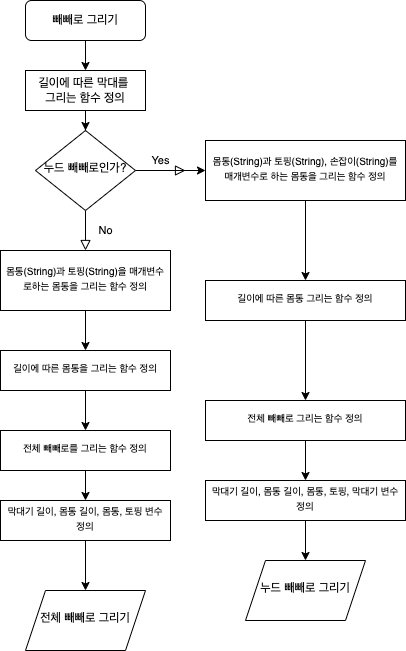
yagom-academy/swift-starter-Round1 keeps this draw.io diagram as week1_step3_makingpepero.png. Above is the earlier version. Source tidied: cells renumbered, new cells last; positions are measured from the earlier drawing's top-left corner, leaving out a move shared by most shapes. Source of this version:
```xml
<mxGraphModel>
  <root>
    <mxCell id="0" />
    <mxCell id="1" parent="0" />
    <mxCell id="2" style="edgeStyle=orthogonalEdgeStyle;rounded=0;jettySize=auto;html=1;" parent="1" edge="1" source="3" target="13">
      <mxGeometry relative="1" as="geometry" />
    </mxCell>
    <mxCell id="3" value="빼빼로 그리기" style="rounded=1;whiteSpace=wrap;html=1;fontSize=12;glass=0;strokeWidth=1;shadow=0;" parent="1" vertex="1">
      <mxGeometry x="25" width="120" height="40" as="geometry" />
    </mxCell>
    <mxCell id="4" value="No" style="rounded=0;html=1;jettySize=auto;fontSize=11;endArrow=block;endFill=0;endSize=8;strokeWidth=1;shadow=0;labelBackgroundColor=none;edgeStyle=orthogonalEdgeStyle;" parent="1" edge="1" source="7">
      <mxGeometry y="20" relative="1" as="geometry">
        <mxPoint x="85" y="250" as="targetPoint" />
      </mxGeometry>
    </mxCell>
    <mxCell id="5" value="Yes" style="edgeStyle=orthogonalEdgeStyle;rounded=0;html=1;jettySize=auto;fontSize=11;endArrow=block;endFill=0;endSize=8;strokeWidth=1;shadow=0;labelBackgroundColor=none;" parent="1" edge="1" source="7">
      <mxGeometry y="10" relative="1" as="geometry">
        <mxPoint x="185" y="170" as="targetPoint" />
      </mxGeometry>
    </mxCell>
    <mxCell id="6" style="edgeStyle=orthogonalEdgeStyle;rounded=0;jettySize=auto;html=1;" parent="1" edge="1" source="7" target="9">
      <mxGeometry relative="1" as="geometry" />
    </mxCell>
    <mxCell id="7" value="누드 빼빼로인가?" style="rhombus;whiteSpace=wrap;html=1;shadow=0;fontFamily=Helvetica;fontSize=12;align=center;strokeWidth=1;spacing=6;spacingTop=-4;" parent="1" vertex="1">
      <mxGeometry x="35" y="130" width="100" height="80" as="geometry" />
    </mxCell>
    <mxCell id="8" style="edgeStyle=orthogonalEdgeStyle;rounded=0;jettySize=auto;html=1;fontSize=9;" parent="1" edge="1" source="9" target="22">
      <mxGeometry relative="1" as="geometry" />
    </mxCell>
    <mxCell id="9" value="&lt;font style=&quot;font-size: 9px&quot;&gt;몸통(String)과 토핑(String), 손잡이(String)를 매개변수로 하는 몸통을 그리는 함수 정의&lt;/font&gt;" style="whiteSpace=wrap;html=1;shadow=0;strokeWidth=1;spacing=6;spacingTop=-4;" parent="1" vertex="1">
      <mxGeometry x="205" y="140" width="200" height="60" as="geometry" />
    </mxCell>
    <mxCell id="10" style="edgeStyle=orthogonalEdgeStyle;rounded=0;jettySize=auto;html=1;fontSize=10;" parent="1" edge="1" source="11" target="15">
      <mxGeometry relative="1" as="geometry" />
    </mxCell>
    <mxCell id="11" value="&lt;font style=&quot;font-size: 10px&quot;&gt;몸통(String)과 토핑(String)을 매개변수로하는 몸통을 그리는 함수 정의&lt;/font&gt;" style="whiteSpace=wrap;html=1;shadow=0;strokeWidth=1;spacing=6;spacingTop=-4;" parent="1" vertex="1">
      <mxGeometry y="250" width="170" height="60" as="geometry" />
    </mxCell>
    <mxCell id="12" style="edgeStyle=orthogonalEdgeStyle;rounded=0;jettySize=auto;html=1;" parent="1" edge="1" source="13" target="7">
      <mxGeometry relative="1" as="geometry" />
    </mxCell>
    <mxCell id="13" value="길이에 따른 막대를 &lt;br&gt;그리는 함수 정의" style="rounded=0;whiteSpace=wrap;html=1;" parent="1" vertex="1">
      <mxGeometry x="25" y="70" width="120" height="40" as="geometry" />
    </mxCell>
    <mxCell id="14" style="edgeStyle=orthogonalEdgeStyle;rounded=0;jettySize=auto;html=1;fontSize=10;" parent="1" edge="1" source="15" target="17">
      <mxGeometry relative="1" as="geometry" />
    </mxCell>
    <mxCell id="15" value="&lt;font style=&quot;font-size: 10px&quot;&gt;길이에 따른 몸통을 그리는 함수 정의&lt;/font&gt;" style="whiteSpace=wrap;html=1;shadow=0;strokeWidth=1;spacing=6;spacingTop=-4;" parent="1" vertex="1">
      <mxGeometry y="350" width="170" height="40" as="geometry" />
    </mxCell>
    <mxCell id="16" style="edgeStyle=orthogonalEdgeStyle;rounded=0;jettySize=auto;html=1;fontSize=10;" parent="1" edge="1" source="17" target="19">
      <mxGeometry relative="1" as="geometry" />
    </mxCell>
    <mxCell id="17" value="&lt;font style=&quot;font-size: 10px&quot;&gt;전체 빼빼로를 그리는 함수 정의&lt;/font&gt;" style="whiteSpace=wrap;html=1;shadow=0;strokeWidth=1;spacing=6;spacingTop=-4;" parent="1" vertex="1">
      <mxGeometry y="430" width="170" height="40" as="geometry" />
    </mxCell>
    <mxCell id="18" style="edgeStyle=orthogonalEdgeStyle;rounded=0;jettySize=auto;html=1;fontSize=10;" parent="1" edge="1" source="19" target="20">
      <mxGeometry relative="1" as="geometry" />
    </mxCell>
    <mxCell id="19" value="&lt;font style=&quot;font-size: 10px&quot;&gt;막대기 길이, 몸통 길이, 몸통, 토핑 변수 정의&lt;/font&gt;" style="whiteSpace=wrap;html=1;shadow=0;strokeWidth=1;spacing=6;spacingTop=-4;" parent="1" vertex="1">
      <mxGeometry y="500" width="170" height="40" as="geometry" />
    </mxCell>
    <mxCell id="20" value="전체 빼빼로 그리기" style="shape=parallelogram;perimeter=parallelogramPerimeter;whiteSpace=wrap;html=1;fixedSize=1;shadow=0;strokeWidth=1;spacing=6;spacingTop=-4;" parent="1" vertex="1">
      <mxGeometry x="25" y="590" width="120" height="60" as="geometry" />
    </mxCell>
    <mxCell id="21" style="edgeStyle=orthogonalEdgeStyle;rounded=0;jettySize=auto;html=1;fontSize=9;" parent="1" edge="1" source="22" target="24">
      <mxGeometry relative="1" as="geometry" />
    </mxCell>
    <mxCell id="22" value="&lt;font style=&quot;font-size: 9px&quot;&gt;길이에 따른 몸통 그리는 함수 정의&lt;/font&gt;" style="whiteSpace=wrap;html=1;shadow=0;strokeWidth=1;spacing=6;spacingTop=-4;" parent="1" vertex="1">
      <mxGeometry x="205" y="280" width="200" height="40" as="geometry" />
    </mxCell>
    <mxCell id="23" style="edgeStyle=orthogonalEdgeStyle;rounded=0;jettySize=auto;html=1;fontSize=9;" parent="1" edge="1" source="24" target="26">
      <mxGeometry relative="1" as="geometry" />
    </mxCell>
    <mxCell id="24" value="&lt;font style=&quot;font-size: 9px&quot;&gt;전체 빼빼로 그리는 함수 정의&lt;/font&gt;" style="whiteSpace=wrap;html=1;shadow=0;strokeWidth=1;spacing=6;spacingTop=-4;" parent="1" vertex="1">
      <mxGeometry x="205" y="400" width="200" height="40" as="geometry" />
    </mxCell>
    <mxCell id="25" style="edgeStyle=orthogonalEdgeStyle;rounded=0;jettySize=auto;html=1;fontSize=9;" parent="1" edge="1" source="26" target="27">
      <mxGeometry relative="1" as="geometry" />
    </mxCell>
    <mxCell id="26" value="&lt;font size=&quot;1&quot;&gt;막대기 길이, 몸통 길이, 몸통, 토핑, 막대기 변수 정의&lt;/font&gt;" style="whiteSpace=wrap;html=1;shadow=0;strokeWidth=1;spacing=6;spacingTop=-4;" parent="1" vertex="1">
      <mxGeometry x="205" y="480" width="200" height="40" as="geometry" />
    </mxCell>
    <mxCell id="27" value="누드 빼빼로 그리기" style="shape=parallelogram;perimeter=parallelogramPerimeter;whiteSpace=wrap;html=1;fixedSize=1;shadow=0;strokeWidth=1;spacing=6;spacingTop=-4;" parent="1" vertex="1">
      <mxGeometry x="245" y="560" width="120" height="60" as="geometry" />
    </mxCell>
  </root>
</mxGraphModel>
```
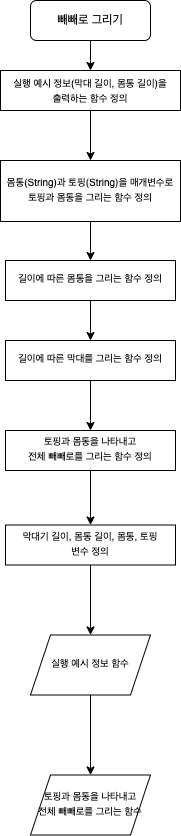
The same diagram one commit later.

Commit message:
feat : Step 3 함수와 매개변수 이름 변경, 함수 정의 변경, 순서도 변경

What changed in the source:
```diff
@@ -8,81 +8,52 @@
     <mxCell id="3" value="빼빼로 그리기" style="rounded=1;whiteSpace=wrap;html=1;fontSize=12;glass=0;strokeWidth=1;shadow=0;" parent="1" vertex="1">
       <mxGeometry x="25" width="120" height="40" as="geometry" />
     </mxCell>
-    <mxCell id="4" value="No" style="rounded=0;html=1;jettySize=auto;fontSize=11;endArrow=block;endFill=0;endSize=8;strokeWidth=1;shadow=0;labelBackgroundColor=none;edgeStyle=orthogonalEdgeStyle;" parent="1" edge="1" source="7">
-      <mxGeometry y="20" relative="1" as="geometry">
-        <mxPoint x="85" y="250" as="targetPoint" />
-      </mxGeometry>
-    </mxCell>
-    <mxCell id="5" value="Yes" style="edgeStyle=orthogonalEdgeStyle;rounded=0;html=1;jettySize=auto;fontSize=11;endArrow=block;endFill=0;endSize=8;strokeWidth=1;shadow=0;labelBackgroundColor=none;" parent="1" edge="1" source="7">
-      <mxGeometry y="10" relative="1" as="geometry">
-        <mxPoint x="185" y="170" as="targetPoint" />
-      </mxGeometry>
-    </mxCell>
-    <mxCell id="6" style="edgeStyle=orthogonalEdgeStyle;rounded=0;jettySize=auto;html=1;" parent="1" edge="1" source="7" target="9">
-      <mxGeometry relative="1" as="geometry" />
-    </mxCell>
-    <mxCell id="7" value="누드 빼빼로인가?" style="rhombus;whiteSpace=wrap;html=1;shadow=0;fontFamily=Helvetica;fontSize=12;align=center;strokeWidth=1;spacing=6;spacingTop=-4;" parent="1" vertex="1">
-      <mxGeometry x="35" y="130" width="100" height="80" as="geometry" />
-    </mxCell>
-    <mxCell id="8" style="edgeStyle=orthogonalEdgeStyle;rounded=0;jettySize=auto;html=1;fontSize=9;" parent="1" edge="1" source="9" target="22">
-      <mxGeometry relative="1" as="geometry" />
-    </mxCell>
-    <mxCell id="9" value="&lt;font style=&quot;font-size: 9px&quot;&gt;몸통(String)과 토핑(String), 손잡이(String)를 매개변수로 하는 몸통을 그리는 함수 정의&lt;/font&gt;" style="whiteSpace=wrap;html=1;shadow=0;strokeWidth=1;spacing=6;spacingTop=-4;" parent="1" vertex="1">
-      <mxGeometry x="205" y="140" width="200" height="60" as="geometry" />
-    </mxCell>
     <mxCell id="10" style="edgeStyle=orthogonalEdgeStyle;rounded=0;jettySize=auto;html=1;fontSize=10;" parent="1" edge="1" source="11" target="15">
       <mxGeometry relative="1" as="geometry" />
     </mxCell>
-    <mxCell id="11" value="&lt;font style=&quot;font-size: 10px&quot;&gt;몸통(String)과 토핑(String)을 매개변수로하는 몸통을 그리는 함수 정의&lt;/font&gt;" style="whiteSpace=wrap;html=1;shadow=0;strokeWidth=1;spacing=6;spacingTop=-4;" parent="1" vertex="1">
-      <mxGeometry y="250" width="170" height="60" as="geometry" />
+    <mxCell id="11" value="&lt;font style=&quot;font-size: 10px&quot;&gt;몸통(String)과 토핑(String)을 매개변수로토핑과 몸통을 그리는 함수 정의&lt;/font&gt;" style="whiteSpace=wrap;html=1;shadow=0;strokeWidth=1;spacing=6;spacingTop=-4;" parent="1" vertex="1">
+      <mxGeometry x="-5" y="160" width="180" height="61" as="geometry" />
     </mxCell>
-    <mxCell id="12" style="edgeStyle=orthogonalEdgeStyle;rounded=0;jettySize=auto;html=1;" parent="1" edge="1" source="13" target="7">
-      <mxGeometry relative="1" as="geometry" />
-    </mxCell>
+    <mxCell id="28" style="edgeStyle=orthogonalEdgeStyle;rounded=0;jettySize=auto;html=1;" parent="1" edge="1" source="13">
+      <mxGeometry relative="1" as="geometry">
+        <mxPoint x="85" y="160" as="targetPoint" />
+      </mxGeometry>
+    </mxCell>
-    <mxCell id="13" value="길이에 따른 막대를 &lt;br&gt;그리는 함수 정의" style="rounded=0;whiteSpace=wrap;html=1;" parent="1" vertex="1">
-      <mxGeometry x="25" y="70" width="120" height="40" as="geometry" />
+    <mxCell id="13" value="&lt;span style=&quot;font-size: 10px&quot;&gt;실행 예시 정보(막대 길이, 몸통 길이)을&lt;br&gt;출력하는 함수 정의&lt;/span&gt;" style="rounded=0;whiteSpace=wrap;html=1;" parent="1" vertex="1">
+      <mxGeometry x="-5" y="70" width="180" height="40" as="geometry" />
     </mxCell>
     <mxCell id="14" style="edgeStyle=orthogonalEdgeStyle;rounded=0;jettySize=auto;html=1;fontSize=10;" parent="1" edge="1" source="15" target="17">
       <mxGeometry relative="1" as="geometry" />
     </mxCell>
     <mxCell id="15" value="&lt;font style=&quot;font-size: 10px&quot;&gt;길이에 따른 몸통을 그리는 함수 정의&lt;/font&gt;" style="whiteSpace=wrap;html=1;shadow=0;strokeWidth=1;spacing=6;spacingTop=-4;" parent="1" vertex="1">
-      <mxGeometry y="350" width="170" height="40" as="geometry" />
+      <mxGeometry y="260" width="170" height="40" as="geometry" />
     </mxCell>
     <mxCell id="16" style="edgeStyle=orthogonalEdgeStyle;rounded=0;jettySize=auto;html=1;fontSize=10;" parent="1" edge="1" source="17" target="19">
       <mxGeometry relative="1" as="geometry" />
     </mxCell>
-    <mxCell id="17" value="&lt;font style=&quot;font-size: 10px&quot;&gt;전체 빼빼로를 그리는 함수 정의&lt;/font&gt;" style="whiteSpace=wrap;html=1;shadow=0;strokeWidth=1;spacing=6;spacingTop=-4;" parent="1" vertex="1">
-      <mxGeometry y="430" width="170" height="40" as="geometry" />
+    <mxCell id="17" value="&lt;font style=&quot;font-size: 10px&quot;&gt;길이에 따른 막대를 그리는 함수 정의&lt;/font&gt;" style="whiteSpace=wrap;html=1;shadow=0;strokeWidth=1;spacing=6;spacingTop=-4;" parent="1" vertex="1">
+      <mxGeometry y="340" width="170" height="40" as="geometry" />
     </mxCell>
-    <mxCell id="18" style="edgeStyle=orthogonalEdgeStyle;rounded=0;jettySize=auto;html=1;fontSize=10;" parent="1" edge="1" source="19" target="20">
-      <mxGeometry relative="1" as="geometry" />
-    </mxCell>
+    <mxCell id="29" style="edgeStyle=orthogonalEdgeStyle;rounded=0;jettySize=auto;html=1;" parent="1" edge="1" source="19" target="31">
+      <mxGeometry relative="1" as="geometry" />
+    </mxCell>
-    <mxCell id="19" value="&lt;font style=&quot;font-size: 10px&quot;&gt;막대기 길이, 몸통 길이, 몸통, 토핑 변수 정의&lt;/font&gt;" style="whiteSpace=wrap;html=1;shadow=0;strokeWidth=1;spacing=6;spacingTop=-4;" parent="1" vertex="1">
-      <mxGeometry y="500" width="170" height="40" as="geometry" />
+    <mxCell id="19" value="&lt;span style=&quot;font-size: 10px&quot;&gt;토핑과 몸통을 나타내고&lt;br&gt;전체 빼빼로를 그리는 함수 정의&lt;/span&gt;" style="whiteSpace=wrap;html=1;shadow=0;strokeWidth=1;spacing=6;spacingTop=-4;" parent="1" vertex="1">
+      <mxGeometry y="430" width="170" height="40" as="geometry" />
     </mxCell>
-    <mxCell id="20" value="전체 빼빼로 그리기" style="shape=parallelogram;perimeter=parallelogramPerimeter;whiteSpace=wrap;html=1;fixedSize=1;shadow=0;strokeWidth=1;spacing=6;spacingTop=-4;" parent="1" vertex="1">
-      <mxGeometry x="25" y="590" width="120" height="60" as="geometry" />
-    </mxCell>
-    <mxCell id="21" style="edgeStyle=orthogonalEdgeStyle;rounded=0;jettySize=auto;html=1;fontSize=9;" parent="1" edge="1" source="22" target="24">
-      <mxGeometry relative="1" as="geometry" />
-    </mxCell>
-    <mxCell id="22" value="&lt;font style=&quot;font-size: 9px&quot;&gt;길이에 따른 몸통 그리는 함수 정의&lt;/font&gt;" style="whiteSpace=wrap;html=1;shadow=0;strokeWidth=1;spacing=6;spacingTop=-4;" parent="1" vertex="1">
-      <mxGeometry x="205" y="280" width="200" height="40" as="geometry" />
-    </mxCell>
-    <mxCell id="23" style="edgeStyle=orthogonalEdgeStyle;rounded=0;jettySize=auto;html=1;fontSize=9;" parent="1" edge="1" source="24" target="26">
-      <mxGeometry relative="1" as="geometry" />
-    </mxCell>
-    <mxCell id="24" value="&lt;font style=&quot;font-size: 9px&quot;&gt;전체 빼빼로 그리는 함수 정의&lt;/font&gt;" style="whiteSpace=wrap;html=1;shadow=0;strokeWidth=1;spacing=6;spacingTop=-4;" parent="1" vertex="1">
-      <mxGeometry x="205" y="400" width="200" height="40" as="geometry" />
-    </mxCell>
-    <mxCell id="25" style="edgeStyle=orthogonalEdgeStyle;rounded=0;jettySize=auto;html=1;fontSize=9;" parent="1" edge="1" source="26" target="27">
-      <mxGeometry relative="1" as="geometry" />
-    </mxCell>
-    <mxCell id="26" value="&lt;font size=&quot;1&quot;&gt;막대기 길이, 몸통 길이, 몸통, 토핑, 막대기 변수 정의&lt;/font&gt;" style="whiteSpace=wrap;html=1;shadow=0;strokeWidth=1;spacing=6;spacingTop=-4;" parent="1" vertex="1">
-      <mxGeometry x="205" y="480" width="200" height="40" as="geometry" />
-    </mxCell>
-    <mxCell id="27" value="누드 빼빼로 그리기" style="shape=parallelogram;perimeter=parallelogramPerimeter;whiteSpace=wrap;html=1;fixedSize=1;shadow=0;strokeWidth=1;spacing=6;spacingTop=-4;" parent="1" vertex="1">
-      <mxGeometry x="245" y="560" width="120" height="60" as="geometry" />
-    </mxCell>
+    <mxCell id="30" style="edgeStyle=orthogonalEdgeStyle;rounded=0;jettySize=auto;html=1;" parent="1" edge="1" source="31" target="33">
+      <mxGeometry relative="1" as="geometry" />
+    </mxCell>
+    <mxCell id="31" value="&lt;span style=&quot;font-size: 10px&quot;&gt;막대기 길이, 몸통 길이, 몸통, 토핑&lt;br&gt;변수 정의&lt;/span&gt;&lt;span style=&quot;font-size: 10px&quot;&gt;&lt;br&gt;&lt;/span&gt;" style="whiteSpace=wrap;html=1;shadow=0;strokeWidth=1;spacing=6;spacingTop=-4;" parent="1" vertex="1">
+      <mxGeometry y="524.5" width="170" height="40" as="geometry" />
+    </mxCell>
+    <mxCell id="32" style="edgeStyle=orthogonalEdgeStyle;rounded=0;jettySize=auto;html=1;" parent="1" edge="1" source="33" target="34">
+      <mxGeometry relative="1" as="geometry" />
+    </mxCell>
+    <mxCell id="33" value="&lt;font style=&quot;font-size: 9px&quot;&gt;실행 예시 정보 함수&lt;/font&gt;" style="shape=parallelogram;perimeter=parallelogramPerimeter;whiteSpace=wrap;html=1;fixedSize=1;shadow=0;strokeWidth=1;spacing=6;spacingTop=-4;" parent="1" vertex="1">
+      <mxGeometry x="25" y="634.5" width="120" height="60" as="geometry" />
+    </mxCell>
+    <mxCell id="34" value="&lt;font style=&quot;font-size: 10px&quot;&gt;토핑과 몸통을 나타내고&lt;br&gt;전체 빼빼로를 그리는 함수&lt;/font&gt;" style="shape=parallelogram;perimeter=parallelogramPerimeter;whiteSpace=wrap;html=1;fixedSize=1;shadow=0;strokeWidth=1;spacing=6;spacingTop=-4;" parent="1" vertex="1">
+      <mxGeometry x="25" y="774.5" width="120" height="60" as="geometry" />
+    </mxCell>
   </root>
 </mxGraphModel>
```
